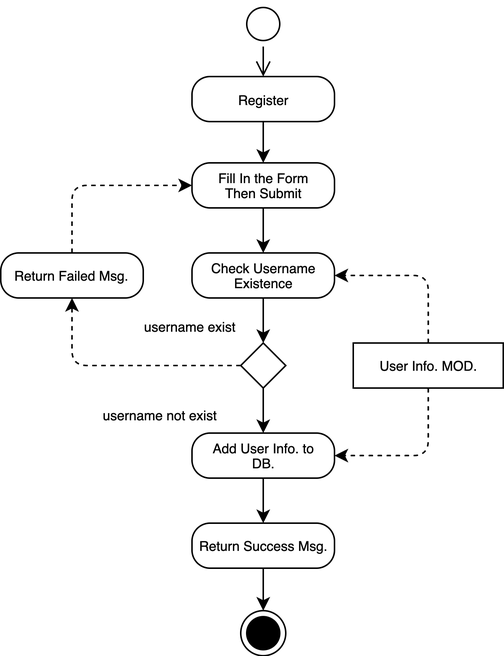
Before: doc/Software Requirements Spec./section/system-modeling/img/srs_diagram_1.png, a diagram exported from draw.io (youyinnn/COEN6311_super). Source tidied: cells renumbered, new cells last; positions are measured from the earlier drawing's top-left corner, leaving out a move shared by most shapes.
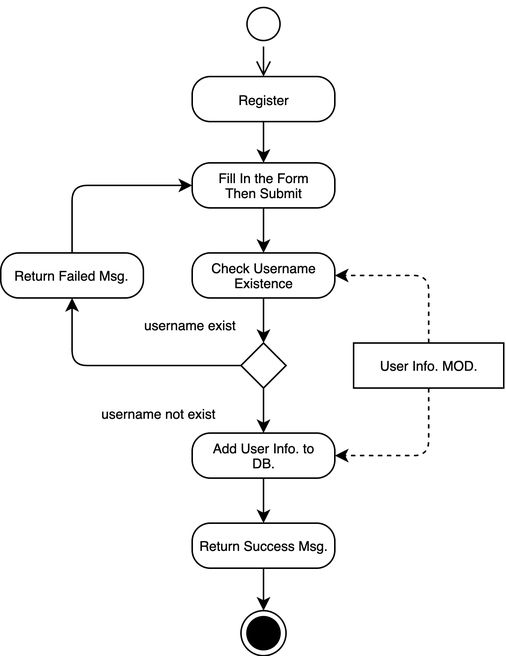
Above is the later version.

Change to the diagram source:
```diff
@@ -26,7 +26,7 @@
     <mxCell id="9" style="ellipse;html=1;shape=endState;fontSize=9;fillColor=#000000;" parent="1" vertex="1">
       <mxGeometry x="160" y="406.3" width="30" height="30" as="geometry" />
     </mxCell>
-    <mxCell id="10" style="edgeStyle=orthogonalEdgeStyle;curved=0;rounded=1;sketch=0;jettySize=auto;html=1;exitX=0;exitY=0.5;exitDx=0;exitDy=0;entryX=0.5;entryY=1;entryDx=0;entryDy=0;strokeWidth=1;endSize=6;fontSize=9;dashed=1;" parent="1" edge="1" source="14" target="18">
+    <mxCell id="10" style="edgeStyle=orthogonalEdgeStyle;curved=0;rounded=1;sketch=0;jettySize=auto;html=1;exitX=0;exitY=0.5;exitDx=0;exitDy=0;entryX=0.5;entryY=1;entryDx=0;entryDy=0;strokeWidth=1;endSize=6;fontSize=9;" parent="1" edge="1" source="14" target="18">
       <mxGeometry relative="1" as="geometry" />
     </mxCell>
     <mxCell id="11" value="username exist" style="edgeLabel;html=1;align=center;verticalAlign=middle;fontSize=9;" parent="10" vertex="1">
@@ -51,7 +51,7 @@
     <mxCell id="16" value="Fill In the Form&lt;br style=&quot;font-size: 9px;&quot;&gt;Then Submit" style="rounded=1;whiteSpace=wrap;html=1;arcSize=40;fontSize=9;" parent="1" vertex="1">
       <mxGeometry x="127.5" y="108" width="95" height="30" as="geometry" />
     </mxCell>
-    <mxCell id="17" style="edgeStyle=orthogonalEdgeStyle;rounded=1;jumpSize=6;jettySize=auto;html=1;exitX=0.5;exitY=0;exitDx=0;exitDy=0;entryX=0;entryY=0.5;entryDx=0;entryDy=0;fontSize=9;endArrow=classic;endFill=1;startSize=10;endSize=6;strokeWidth=1;dashed=1;" parent="1" edge="1" source="18" target="16">
+    <mxCell id="17" style="edgeStyle=orthogonalEdgeStyle;rounded=1;jumpSize=6;jettySize=auto;html=1;exitX=0.5;exitY=0;exitDx=0;exitDy=0;entryX=0;entryY=0.5;entryDx=0;entryDy=0;fontSize=9;endArrow=classic;endFill=1;startSize=10;endSize=6;strokeWidth=1;" parent="1" edge="1" source="18" target="16">
       <mxGeometry relative="1" as="geometry" />
     </mxCell>
     <mxCell id="18" value="Return Failed Msg." style="rounded=1;whiteSpace=wrap;html=1;arcSize=40;fontSize=9;" parent="1" vertex="1">
```
